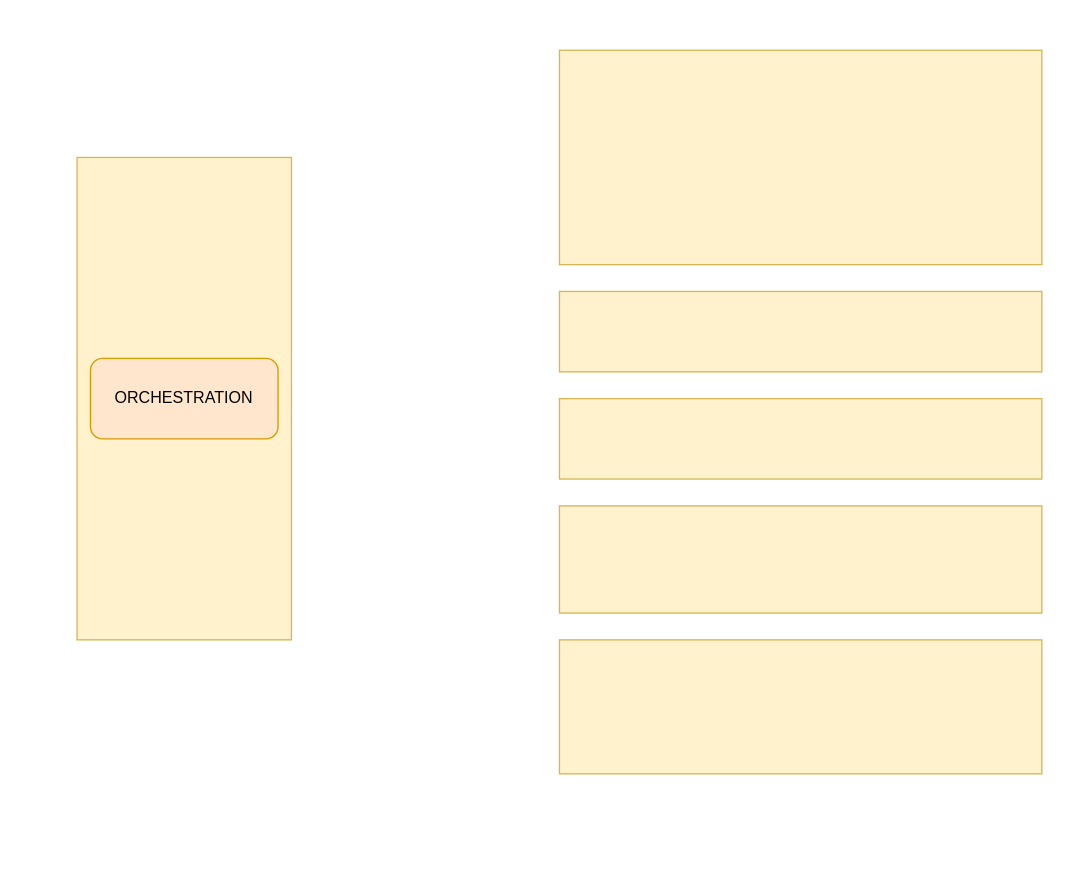
Before: folder/Untitled Diagram.drawio in Kshitij1001/blank, a draw.io diagram. Source tidied: cells renumbered, new cells numbered last; positions are measured from the earlier drawing's top-left corner, leaving out a move shared by most shapes. Both pictures are drawn from the tidied source at 134%, with x=0, y=0 at pixel (76, 50).
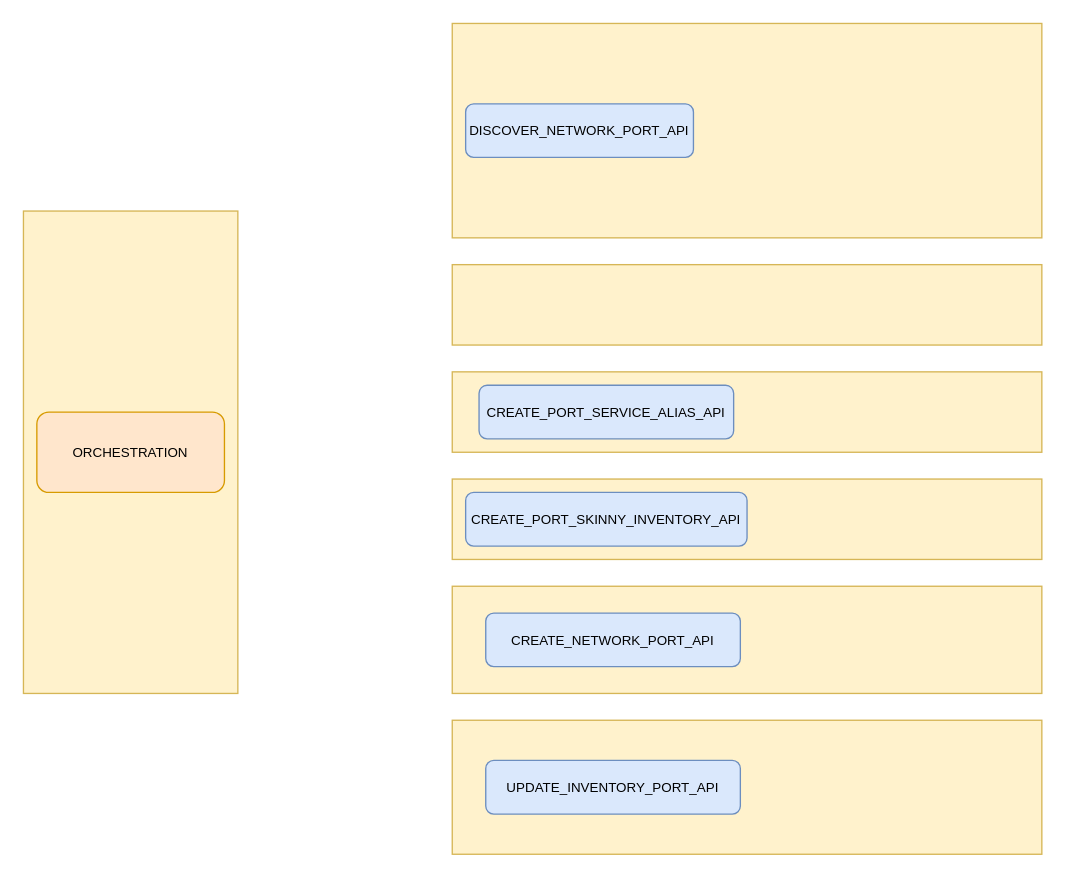
The same page after the edit.

The edit, as a diff of the source:
```diff
@@
 <mxGraphModel>
   <root>
     <mxCell id="0" />
     <mxCell id="1" parent="0" />
+    <mxCell id="4" style="rounded=0;whiteSpace=wrap;html=1;fillColor=#fff2cc;strokeColor=#d6b656;" parent="1" vertex="1">
+      <mxGeometry x="280" y="-20" width="440" height="160" as="geometry" />
+    </mxCell>
     <mxCell id="2" style="rounded=0;whiteSpace=wrap;html=1;fillColor=#fff2cc;strokeColor=#d6b656;" parent="1" vertex="1">
-      <mxGeometry y="80" width="160" height="360" as="geometry" />
+      <mxGeometry x="-40" y="120" width="160" height="360" as="geometry" />
     </mxCell>
-    <mxCell id="3" value="ORCHESTRATION" style="rounded=1;whiteSpace=wrap;html=1;fillColor=#ffe6cc;strokeColor=#d79b00;" parent="1" vertex="1">
-      <mxGeometry x="10" y="230" width="140" height="60" as="geometry" />
+    <mxCell id="3" value="&lt;font style=&quot;font-size: 10px;&quot;&gt;ORCHESTRATION&lt;/font&gt;" style="rounded=1;whiteSpace=wrap;html=1;fillColor=#ffe6cc;strokeColor=#d79b00;" parent="1" vertex="1">
+      <mxGeometry x="-30" y="270" width="140" height="60" as="geometry" />
     </mxCell>
-    <mxCell id="4" style="rounded=0;whiteSpace=wrap;html=1;fillColor=#fff2cc;strokeColor=#d6b656;" parent="1" vertex="1">
-      <mxGeometry x="360" width="360" height="160" as="geometry" />
-    </mxCell>
     <mxCell id="5" style="rounded=0;whiteSpace=wrap;html=1;fillColor=#fff2cc;strokeColor=#d6b656;" parent="1" vertex="1">
-      <mxGeometry x="360" y="180" width="360" height="60" as="geometry" />
+      <mxGeometry x="280" y="160" width="440" height="60" as="geometry" />
     </mxCell>
     <mxCell id="6" style="rounded=0;whiteSpace=wrap;html=1;fillColor=#fff2cc;strokeColor=#d6b656;" parent="1" vertex="1">
-      <mxGeometry x="360" y="260" width="360" height="60" as="geometry" />
+      <mxGeometry x="280" y="320" width="440" height="60" as="geometry" />
     </mxCell>
     <mxCell id="7" style="rounded=0;whiteSpace=wrap;html=1;fillColor=#fff2cc;strokeColor=#d6b656;" parent="1" vertex="1">
-      <mxGeometry x="360" y="340" width="360" height="80" as="geometry" />
+      <mxGeometry x="280" y="400" width="440" height="80" as="geometry" />
     </mxCell>
     <mxCell id="8" style="rounded=0;whiteSpace=wrap;html=1;fillColor=#fff2cc;strokeColor=#d6b656;" parent="1" vertex="1">
-      <mxGeometry x="360" y="440" width="360" height="100" as="geometry" />
+      <mxGeometry x="280" y="500" width="440" height="100" as="geometry" />
     </mxCell>
+    <mxCell id="9" style="rounded=0;whiteSpace=wrap;html=1;fillColor=#fff2cc;strokeColor=#d6b656;" parent="1" vertex="1">
+      <mxGeometry x="280" y="240" width="440" height="60" as="geometry" />
+    </mxCell>
+    <mxCell id="10" value="&lt;font style=&quot;font-size: 10px;&quot;&gt;DISCOVER_NETWORK_PORT_API&lt;/font&gt;" style="rounded=1;whiteSpace=wrap;html=1;fillColor=#dae8fc;strokeColor=#6c8ebf;" parent="1" vertex="1">
+      <mxGeometry x="290" y="40" width="170" height="40" as="geometry" />
+    </mxCell>
+    <mxCell id="11" value="&lt;font style=&quot;font-size: 10px;&quot;&gt;CREATE_PORT_SERVICE_ALIAS_API&lt;/font&gt;" style="rounded=1;whiteSpace=wrap;html=1;fillColor=#dae8fc;strokeColor=#6c8ebf;" parent="1" vertex="1">
+      <mxGeometry x="300" y="250" width="190" height="40" as="geometry" />
+    </mxCell>
+    <mxCell id="12" value="&lt;font style=&quot;font-size: 10px;&quot;&gt;CREATE_PORT_SKINNY_INVENTORY_API&lt;/font&gt;" style="rounded=1;whiteSpace=wrap;html=1;fillColor=#dae8fc;strokeColor=#6c8ebf;" parent="1" vertex="1">
+      <mxGeometry x="290" y="330" width="210" height="40" as="geometry" />
+    </mxCell>
+    <mxCell id="13" value="&lt;font style=&quot;font-size: 10px;&quot;&gt;CREATE_NETWORK_PORT_API&lt;/font&gt;" style="rounded=1;whiteSpace=wrap;html=1;fillColor=#dae8fc;strokeColor=#6c8ebf;" parent="1" vertex="1">
+      <mxGeometry x="305" y="420" width="190" height="40" as="geometry" />
+    </mxCell>
+    <mxCell id="14" value="&lt;font style=&quot;font-size: 10px;&quot;&gt;UPDATE_INVENTORY_PORT_API&lt;/font&gt;" style="rounded=1;whiteSpace=wrap;html=1;fillColor=#dae8fc;strokeColor=#6c8ebf;" parent="1" vertex="1">
+      <mxGeometry x="305" y="530" width="190" height="40" as="geometry" />
+    </mxCell>
   </root>
 </mxGraphModel>
```
